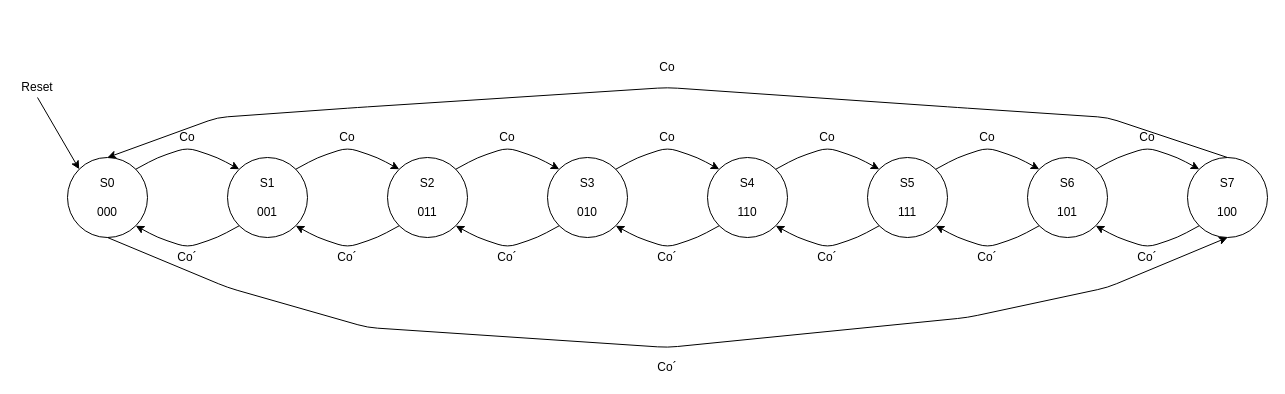
Earlier version of the draw.io diagram Lab 06/Ejercicio_3.drawio (fernando19030/Laboratorios-Electronica_Digital_1-19030). Source tidied: cells renumbered, new cells numbered last; positions are measured from the earlier drawing's top-left corner, leaving out a move shared by most shapes. Both pictures are drawn from the tidied source at 100%, with x=0, y=0 at pixel (17, 57).
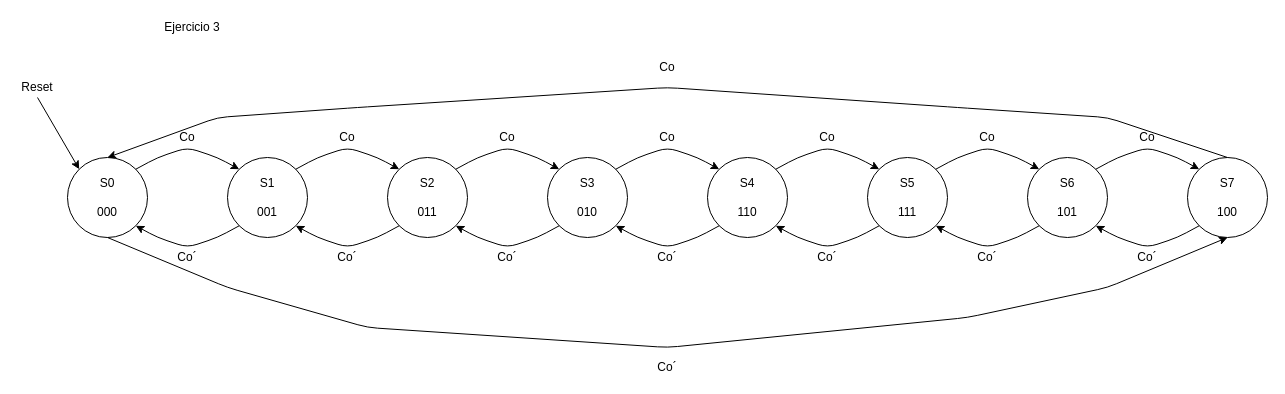
Above is the later version.

Change to the diagram source:
```diff
@@
+    <mxCell id="44" value="Ejercicio 3" style="text;html=1;strokeColor=none;fillColor=none;align=center;verticalAlign=middle;whiteSpace=wrap;rounded=0;" parent="1" vertex="1">
+      <mxGeometry x="140" y="-40" width="70" height="20" as="geometry" />
+    </mxCell>
```
